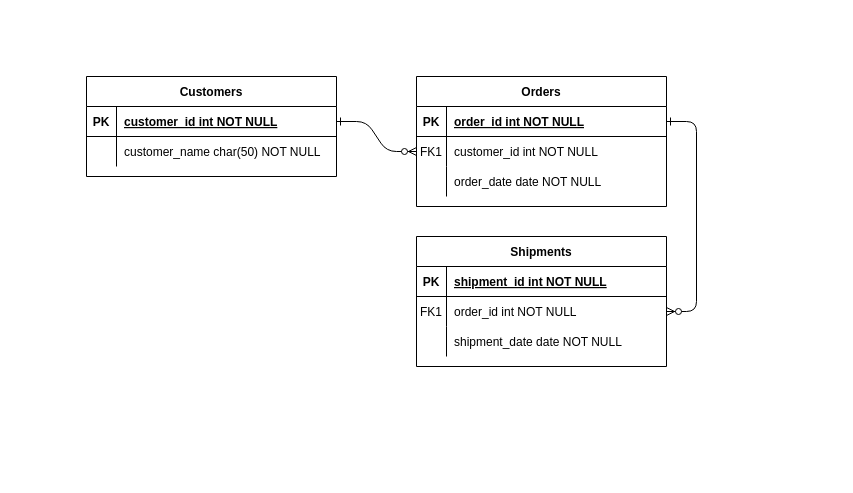
The draw.io diagram ER-MyTalley.drawio in edersix/lunacuantica, before the edit. Source tidied: cells renumbered, new cells numbered last; positions are measured from the earlier drawing's top-left corner, leaving out a move shared by most shapes. Both pictures are drawn from the tidied source at 100%, with x=0, y=0 at pixel (86, 76).
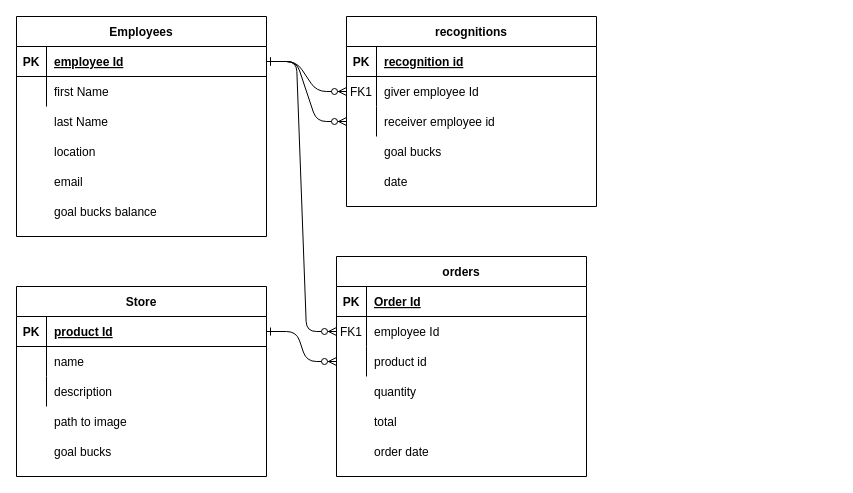
After the change.

The change refers to these unchanged cells:
```xml
<mxCell id="5" style="shape=partialRectangle;fillColor=none;points=[[0,0.5],[1,0.5]];portConstraint=eastwest;top=0;left=0;right=0;bottom=1;" parent="4" vertex="1">
  <mxGeometry y="30" width="250" height="30" as="geometry" />
</mxCell>
<mxCell id="8" style="shape=partialRectangle;fillColor=none;points=[[0,0.5],[1,0.5]];portConstraint=eastwest;top=0;left=0;right=0;bottom=0;" parent="4" vertex="1">
  <mxGeometry y="60" width="250" height="30" as="geometry" />
</mxCell>
<mxCell id="11" style="shape=partialRectangle;fillColor=none;points=[[0,0.5],[1,0.5]];portConstraint=eastwest;top=0;left=0;right=0;bottom=0;" parent="4" vertex="1">
  <mxGeometry y="90" width="250" height="30" as="geometry" />
</mxCell>
<mxCell id="15" style="shape=partialRectangle;fillColor=none;points=[[0,0.5],[1,0.5]];portConstraint=eastwest;top=0;left=0;right=0;bottom=1;" parent="14" vertex="1">
  <mxGeometry y="30" width="250" height="30" as="geometry" />
</mxCell>
<mxCell id="18" style="shape=partialRectangle;fillColor=none;points=[[0,0.5],[1,0.5]];portConstraint=eastwest;top=0;left=0;right=0;bottom=0;" parent="14" vertex="1">
  <mxGeometry y="60" width="250" height="30" as="geometry" />
</mxCell>
<mxCell id="21" style="shape=partialRectangle;fillColor=none;top=0;left=0;right=0;bottom=0;" parent="14" vertex="1">
  <mxGeometry y="90" width="250" height="30" as="geometry" />
</mxCell>
<mxCell id="25" style="shape=partialRectangle;fillColor=none;points=[[0,0.5],[1,0.5]];portConstraint=eastwest;top=0;left=0;right=0;bottom=1;" parent="24" vertex="1">
  <mxGeometry y="30" width="250" height="30" as="geometry" />
</mxCell>
<mxCell id="28" style="shape=partialRectangle;fillColor=none;top=0;left=0;right=0;bottom=0;" parent="24" vertex="1">
  <mxGeometry y="60" width="250" height="30" as="geometry" />
</mxCell>
```

Change to the diagram source:
```diff
@@
-    <mxCell id="3" style="edgeStyle=entityRelationEdgeStyle;endArrow=ERzeroToMany;startArrow=ERone;endFill=1;startFill=0;" parent="1" edge="1" source="5" target="18">
-      <mxGeometry relative="1" as="geometry" />
-    </mxCell>
-    <mxCell id="4" value="Orders" style="shape=table;startSize=30;childLayout=tableLayout;rowLines=0;fontStyle=1;align=center;" parent="1" vertex="1">
-      <mxGeometry x="330" width="250" height="130" as="geometry" />
+    <mxCell id="4" value="orders" style="shape=table;startSize=30;childLayout=tableLayout;rowLines=0;fontStyle=1;align=center;" parent="1" vertex="1">
+      <mxGeometry x="250" y="180" width="250" height="220" as="geometry" />
     </mxCell>
@@
-    <mxCell id="7" value="order_id int NOT NULL " style="shape=partialRectangle;overflow=hidden;fillColor=none;top=0;left=0;bottom=0;right=0;align=left;spacingLeft=6;fontStyle=5;" parent="5" vertex="1">
+    <mxCell id="7" value="Order Id" style="shape=partialRectangle;overflow=hidden;fillColor=none;top=0;left=0;bottom=0;right=0;align=left;spacingLeft=6;fontStyle=5;" parent="5" vertex="1">
       <mxGeometry x="30" width="220" height="30" as="geometry" />
     </mxCell>
@@
-    <mxCell id="10" value="customer_id int NOT NULL" style="shape=partialRectangle;overflow=hidden;fillColor=none;top=0;left=0;bottom=0;right=0;align=left;spacingLeft=6;" parent="8" vertex="1">
+    <mxCell id="10" value="employee Id" style="shape=partialRectangle;overflow=hidden;fillColor=none;top=0;left=0;bottom=0;right=0;align=left;spacingLeft=6;" parent="8" vertex="1">
       <mxGeometry x="30" width="220" height="30" as="geometry" />
     </mxCell>
@@
-    <mxCell id="13" value="order_date date NOT NULL" style="shape=partialRectangle;overflow=hidden;fillColor=none;top=0;left=0;bottom=0;right=0;align=left;spacingLeft=6;" parent="11" vertex="1">
+    <mxCell id="13" value="product id" style="shape=partialRectangle;overflow=hidden;fillColor=none;top=0;left=0;bottom=0;right=0;align=left;spacingLeft=6;" parent="11" vertex="1">
       <mxGeometry x="30" width="220" height="30" as="geometry" />
     </mxCell>
-    <mxCell id="14" value="Shipments" style="shape=table;startSize=30;childLayout=tableLayout;rowLines=0;fontStyle=1;align=center;" parent="1" vertex="1">
-      <mxGeometry x="330" y="160" width="250" height="130" as="geometry" />
+    <mxCell id="14" value="Store" style="shape=table;startSize=30;childLayout=tableLayout;rowLines=0;fontStyle=1;align=center;" parent="1" vertex="1">
+      <mxGeometry x="-70" y="210" width="250" height="190" as="geometry" />
     </mxCell>
@@
-    <mxCell id="17" value="shipment_id int NOT NULL " style="shape=partialRectangle;overflow=hidden;fillColor=none;top=0;left=0;bottom=0;right=0;align=left;spacingLeft=6;fontStyle=5;" parent="15" vertex="1">
+    <mxCell id="17" value="product Id" style="shape=partialRectangle;overflow=hidden;fillColor=none;top=0;left=0;bottom=0;right=0;align=left;spacingLeft=6;fontStyle=5;" parent="15" vertex="1">
       <mxGeometry x="30" width="220" height="30" as="geometry" />
     </mxCell>
@@
-    <mxCell id="19" value="FK1" style="shape=partialRectangle;overflow=hidden;fillColor=none;top=0;left=0;bottom=0;right=0;" parent="18" vertex="1">
+    <mxCell id="19" style="shape=partialRectangle;overflow=hidden;fillColor=none;top=0;left=0;bottom=0;right=0;" parent="18" vertex="1">
       <mxGeometry width="30" height="30" as="geometry" />
     </mxCell>
-    <mxCell id="20" value="order_id int NOT NULL" style="shape=partialRectangle;overflow=hidden;fillColor=none;top=0;left=0;bottom=0;right=0;align=left;spacingLeft=6;" parent="18" vertex="1">
+    <mxCell id="20" value="name" style="shape=partialRectangle;overflow=hidden;fillColor=none;top=0;left=0;bottom=0;right=0;align=left;spacingLeft=6;" parent="18" vertex="1">
       <mxGeometry x="30" width="220" height="30" as="geometry" />
     </mxCell>
@@
-    <mxCell id="23" value="shipment_date date NOT NULL" style="shape=partialRectangle;overflow=hidden;fillColor=none;top=0;left=0;bottom=0;right=0;align=left;spacingLeft=6;" parent="21" vertex="1">
+    <mxCell id="23" value="description" style="shape=partialRectangle;overflow=hidden;fillColor=none;top=0;left=0;bottom=0;right=0;align=left;spacingLeft=6;" parent="21" vertex="1">
       <mxGeometry x="30" width="220" height="30" as="geometry" />
     </mxCell>
-    <mxCell id="24" value="Customers" style="shape=table;startSize=30;childLayout=tableLayout;rowLines=0;fontStyle=1;align=center;" parent="1" vertex="1">
-      <mxGeometry width="250" height="100" as="geometry" />
+    <mxCell id="24" value="Employees" style="shape=table;startSize=30;childLayout=tableLayout;rowLines=0;fontStyle=1;align=center;" parent="1" vertex="1">
+      <mxGeometry x="-70" y="-60" width="250" height="220" as="geometry" />
     </mxCell>
@@
-    <mxCell id="27" value="customer_id int NOT NULL " style="shape=partialRectangle;overflow=hidden;fillColor=none;top=0;left=0;bottom=0;right=0;align=left;spacingLeft=6;fontStyle=5;" parent="25" vertex="1">
+    <mxCell id="27" value="employee Id" style="shape=partialRectangle;overflow=hidden;fillColor=none;top=0;left=0;bottom=0;right=0;align=left;spacingLeft=6;fontStyle=5;" parent="25" vertex="1">
       <mxGeometry x="30" width="220" height="30" as="geometry" />
     </mxCell>
@@
-    <mxCell id="30" value="customer_name char(50) NOT NULL" style="shape=partialRectangle;overflow=hidden;fillColor=none;top=0;left=0;bottom=0;right=0;align=left;spacingLeft=6;" parent="28" vertex="1">
+    <mxCell id="30" value="first Name" style="shape=partialRectangle;overflow=hidden;fillColor=none;top=0;left=0;bottom=0;right=0;align=left;spacingLeft=6;" parent="28" vertex="1">
       <mxGeometry x="30" width="220" height="30" as="geometry" />
     </mxCell>
+    <mxCell id="31" value="last Name" style="shape=partialRectangle;overflow=hidden;fillColor=none;top=0;left=0;bottom=0;right=0;align=left;spacingLeft=6;" parent="1" vertex="1">
+      <mxGeometry x="-40" y="30" width="220" height="30" as="geometry" />
+    </mxCell>
+    <mxCell id="32" value="location" style="shape=partialRectangle;overflow=hidden;fillColor=none;top=0;left=0;bottom=0;right=0;align=left;spacingLeft=6;" parent="1" vertex="1">
+      <mxGeometry x="-40" y="60" width="220" height="30" as="geometry" />
+    </mxCell>
+    <mxCell id="33" value="email" style="shape=partialRectangle;overflow=hidden;fillColor=none;top=0;left=0;bottom=0;right=0;align=left;spacingLeft=6;" parent="1" vertex="1">
+      <mxGeometry x="-40" y="90" width="220" height="30" as="geometry" />
+    </mxCell>
+    <mxCell id="34" style="shape=partialRectangle;fillColor=none;top=0;left=0;right=0;bottom=0;" parent="1" vertex="1">
+      <mxGeometry x="-70" y="330" width="250" height="30" as="geometry" />
+    </mxCell>
+    <mxCell id="35" style="shape=partialRectangle;overflow=hidden;fillColor=none;top=0;left=0;bottom=0;right=0;" parent="34" vertex="1">
+      <mxGeometry width="30" height="30" as="geometry" />
+    </mxCell>
+    <mxCell id="36" value="path to image" style="shape=partialRectangle;overflow=hidden;fillColor=none;top=0;left=0;bottom=0;right=0;align=left;spacingLeft=6;" parent="34" vertex="1">
+      <mxGeometry x="30" width="220" height="30" as="geometry" />
+    </mxCell>
+    <mxCell id="37" style="shape=partialRectangle;fillColor=none;top=0;left=0;right=0;bottom=0;" parent="1" vertex="1">
+      <mxGeometry x="-70" y="360" width="250" height="30" as="geometry" />
+    </mxCell>
+    <mxCell id="38" style="shape=partialRectangle;overflow=hidden;fillColor=none;top=0;left=0;bottom=0;right=0;" parent="37" vertex="1">
+      <mxGeometry width="30" height="30" as="geometry" />
+    </mxCell>
+    <mxCell id="39" value="goal bucks" style="shape=partialRectangle;overflow=hidden;fillColor=none;top=0;left=0;bottom=0;right=0;align=left;spacingLeft=6;" parent="37" vertex="1">
+      <mxGeometry x="30" width="220" height="30" as="geometry" />
+    </mxCell>
+    <mxCell id="40" value="goal bucks balance" style="shape=partialRectangle;overflow=hidden;fillColor=none;top=0;left=0;bottom=0;right=0;align=left;spacingLeft=6;" parent="1" vertex="1">
+      <mxGeometry x="-40" y="120" width="220" height="30" as="geometry" />
+    </mxCell>
+    <mxCell id="41" style="shape=partialRectangle;fillColor=none;top=0;left=0;right=0;bottom=0;" parent="1" vertex="1">
+      <mxGeometry x="250" y="360" width="250" height="30" as="geometry" />
+    </mxCell>
+    <mxCell id="42" style="shape=partialRectangle;overflow=hidden;fillColor=none;top=0;left=0;bottom=0;right=0;" parent="41" vertex="1">
+      <mxGeometry width="30" height="30" as="geometry" />
+    </mxCell>
+    <mxCell id="43" value="order date" style="shape=partialRectangle;overflow=hidden;fillColor=none;top=0;left=0;bottom=0;right=0;align=left;spacingLeft=6;" parent="41" vertex="1">
+      <mxGeometry x="30" width="220" height="30" as="geometry" />
+    </mxCell>
+    <mxCell id="44" style="shape=partialRectangle;fillColor=none;top=0;left=0;right=0;bottom=0;" parent="1" vertex="1">
+      <mxGeometry x="500" y="60" width="250" height="30" as="geometry" />
+    </mxCell>
+    <mxCell id="45" style="shape=partialRectangle;overflow=hidden;fillColor=none;top=0;left=0;bottom=0;right=0;" parent="44" vertex="1">
+      <mxGeometry x="-10" y="240" width="30" height="30" as="geometry" />
+    </mxCell>
+    <mxCell id="46" style="edgeStyle=entityRelationEdgeStyle;endArrow=ERzeroToMany;startArrow=ERone;endFill=1;startFill=0;exitX=1;exitY=0.5;exitDx=0;exitDy=0;entryX=0;entryY=0.5;entryDx=0;entryDy=0;" parent="1" edge="1" source="15" target="11">
+      <mxGeometry relative="1" as="geometry" />
+    </mxCell>
+    <mxCell id="47" style="shape=partialRectangle;fillColor=none;top=0;left=0;right=0;bottom=0;" parent="1" vertex="1">
+      <mxGeometry x="250" y="300" width="250" height="30" as="geometry" />
+    </mxCell>
+    <mxCell id="48" style="shape=partialRectangle;overflow=hidden;fillColor=none;top=0;left=0;bottom=0;right=0;" parent="47" vertex="1">
+      <mxGeometry width="30" height="30" as="geometry" />
+    </mxCell>
+    <mxCell id="49" value="quantity" style="shape=partialRectangle;overflow=hidden;fillColor=none;top=0;left=0;bottom=0;right=0;align=left;spacingLeft=6;" parent="47" vertex="1">
+      <mxGeometry x="30" width="220" height="30" as="geometry" />
+    </mxCell>
+    <mxCell id="50" style="shape=partialRectangle;fillColor=none;top=0;left=0;right=0;bottom=0;" parent="1" vertex="1">
+      <mxGeometry x="250" y="330" width="250" height="30" as="geometry" />
+    </mxCell>
+    <mxCell id="51" style="shape=partialRectangle;overflow=hidden;fillColor=none;top=0;left=0;bottom=0;right=0;" parent="50" vertex="1">
+      <mxGeometry width="30" height="30" as="geometry" />
+    </mxCell>
+    <mxCell id="52" value="total" style="shape=partialRectangle;overflow=hidden;fillColor=none;top=0;left=0;bottom=0;right=0;align=left;spacingLeft=6;" parent="50" vertex="1">
+      <mxGeometry x="30" width="220" height="30" as="geometry" />
+    </mxCell>
+    <mxCell id="53" value="recognitions" style="shape=table;startSize=30;childLayout=tableLayout;rowLines=0;fontStyle=1;align=center;" parent="1" vertex="1">
+      <mxGeometry x="260" y="-60" width="250" height="190" as="geometry" />
+    </mxCell>
+    <mxCell id="54" style="shape=partialRectangle;fillColor=none;top=0;left=0;right=0;bottom=1;" parent="53" vertex="1">
+      <mxGeometry y="30" width="250" height="30" as="geometry" />
+    </mxCell>
+    <mxCell id="55" value="PK" style="shape=partialRectangle;overflow=hidden;fillColor=none;top=0;left=0;bottom=0;right=0;fontStyle=1;" parent="54" vertex="1">
+      <mxGeometry width="30" height="30" as="geometry" />
+    </mxCell>
+    <mxCell id="56" value="recognition id" style="shape=partialRectangle;overflow=hidden;fillColor=none;top=0;left=0;bottom=0;right=0;align=left;spacingLeft=6;fontStyle=5;" parent="54" vertex="1">
+      <mxGeometry x="30" width="220" height="30" as="geometry" />
+    </mxCell>
+    <mxCell id="57" style="shape=partialRectangle;fillColor=none;points=[[0,0.5],[1,0.5]];portConstraint=eastwest;top=0;left=0;right=0;bottom=0;" parent="53" vertex="1">
+      <mxGeometry y="60" width="250" height="30" as="geometry" />
+    </mxCell>
+    <mxCell id="58" value="FK1" style="shape=partialRectangle;overflow=hidden;fillColor=none;top=0;left=0;bottom=0;right=0;" parent="57" vertex="1">
+      <mxGeometry width="30" height="30" as="geometry" />
+    </mxCell>
+    <mxCell id="59" value="giver employee Id" style="shape=partialRectangle;overflow=hidden;fillColor=none;top=0;left=0;bottom=0;right=0;align=left;spacingLeft=6;" parent="57" vertex="1">
+      <mxGeometry x="30" width="220" height="30" as="geometry" />
+    </mxCell>
+    <mxCell id="60" style="shape=partialRectangle;fillColor=none;points=[[0,0.5],[1,0.5]];portConstraint=eastwest;top=0;left=0;right=0;bottom=0;" parent="53" vertex="1">
+      <mxGeometry y="90" width="250" height="30" as="geometry" />
+    </mxCell>
+    <mxCell id="61" style="shape=partialRectangle;overflow=hidden;fillColor=none;top=0;left=0;bottom=0;right=0;" parent="60" vertex="1">
+      <mxGeometry width="30" height="30" as="geometry" />
+    </mxCell>
+    <mxCell id="62" value="receiver employee id" style="shape=partialRectangle;overflow=hidden;fillColor=none;top=0;left=0;bottom=0;right=0;align=left;spacingLeft=6;" parent="60" vertex="1">
+      <mxGeometry x="30" width="220" height="30" as="geometry" />
+    </mxCell>
+    <mxCell id="63" style="shape=partialRectangle;fillColor=none;top=0;left=0;right=0;bottom=0;" parent="1" vertex="1">
+      <mxGeometry x="260" y="60" width="250" height="30" as="geometry" />
+    </mxCell>
+    <mxCell id="64" style="shape=partialRectangle;overflow=hidden;fillColor=none;top=0;left=0;bottom=0;right=0;" parent="63" vertex="1">
+      <mxGeometry width="30" height="30" as="geometry" />
+    </mxCell>
+    <mxCell id="65" value="goal bucks" style="shape=partialRectangle;overflow=hidden;fillColor=none;top=0;left=0;bottom=0;right=0;align=left;spacingLeft=6;" parent="63" vertex="1">
+      <mxGeometry x="30" width="220" height="30" as="geometry" />
+    </mxCell>
+    <mxCell id="66" style="shape=partialRectangle;fillColor=none;top=0;left=0;right=0;bottom=0;" parent="1" vertex="1">
+      <mxGeometry x="260" y="90" width="250" height="30" as="geometry" />
+    </mxCell>
+    <mxCell id="67" style="shape=partialRectangle;overflow=hidden;fillColor=none;top=0;left=0;bottom=0;right=0;" parent="66" vertex="1">
+      <mxGeometry width="30" height="30" as="geometry" />
+    </mxCell>
+    <mxCell id="68" value="date" style="shape=partialRectangle;overflow=hidden;fillColor=none;top=0;left=0;bottom=0;right=0;align=left;spacingLeft=6;" parent="66" vertex="1">
+      <mxGeometry x="30" width="220" height="30" as="geometry" />
+    </mxCell>
+    <mxCell id="69" style="edgeStyle=entityRelationEdgeStyle;endArrow=ERzeroToMany;startArrow=ERone;endFill=1;startFill=0;entryX=0;entryY=0.5;entryDx=0;entryDy=0;exitX=1;exitY=0.5;exitDx=0;exitDy=0;" parent="1" edge="1" source="25" target="60">
+      <mxGeometry relative="1" as="geometry" />
+    </mxCell>
+    <mxCell id="70" style="edgeStyle=entityRelationEdgeStyle;endArrow=ERzeroToMany;startArrow=ERone;endFill=1;startFill=0;entryX=0;entryY=0.5;entryDx=0;entryDy=0;exitX=1;exitY=0.5;exitDx=0;exitDy=0;" parent="1" edge="1" source="25" target="57">
+      <mxGeometry relative="1" as="geometry" />
+    </mxCell>
```
